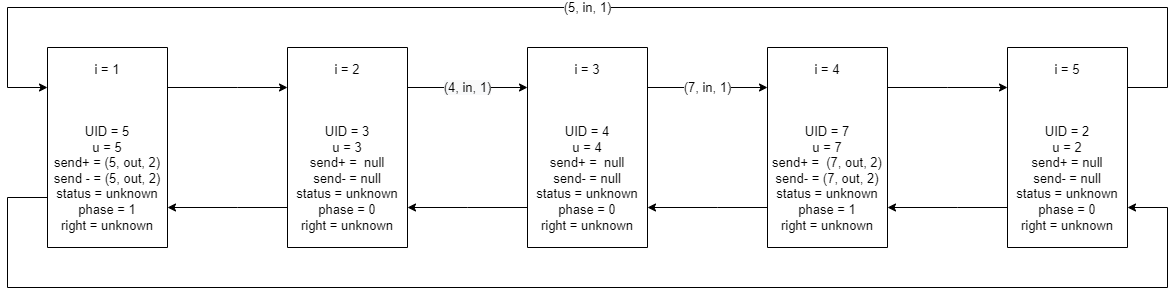
Before: tods/03-tods.drawio.png, a diagram exported from draw.io (h1tlan/tods_first_exercise). Source tidied: cells renumbered, new cells last; positions are measured from the earlier drawing's top-left corner, leaving out a move shared by most shapes.
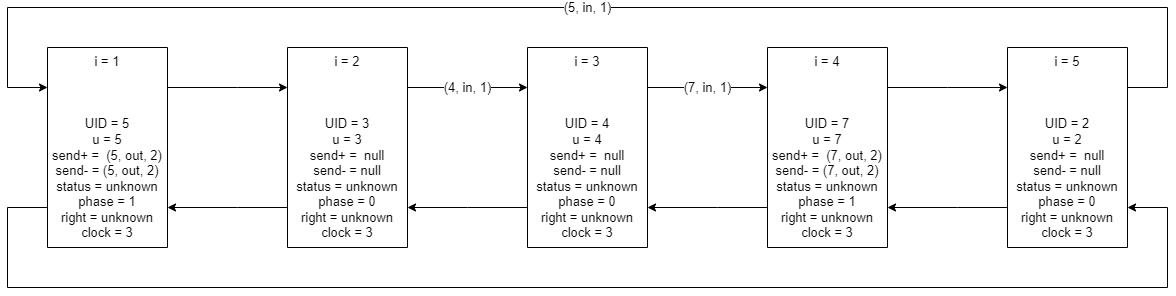
The same file after the commit.

What changed in the source:
```diff
@@ -13,14 +13,14 @@
     <mxCell id="3" style="edgeStyle=orthogonalEdgeStyle;rounded=0;jettySize=auto;html=1;labelBorderColor=none;fontSize=13;" parent="1" edge="1" source="4" target="16">
       <mxGeometry relative="1" as="geometry">
         <Array as="points">
-          <mxPoint y="190" />
+          <mxPoint y="200" />
           <mxPoint y="280" />
           <mxPoint x="1160" y="280" />
           <mxPoint x="1160" y="200" />
         </Array>
       </mxGeometry>
     </mxCell>
-    <mxCell id="4" value="i = 1&lt;br&gt;&lt;br&gt;&lt;br&gt;&lt;br&gt;UID = 5&lt;br&gt;u = 5&lt;br&gt;send+ = (5, out, 2)&lt;br&gt;send - = (5, out, 2)&lt;br&gt;status = unknown&lt;br&gt;phase = 1&lt;br&gt;right = unknown" style="rounded=0;whiteSpace=wrap;html=1;fontSize=13;direction=south;" parent="1" vertex="1">
+    <mxCell id="4" value="i = 1&lt;br&gt;&lt;br&gt;&lt;br&gt;&lt;br&gt;UID = 5&lt;br&gt;u = 5&lt;br&gt;send+ =&amp;nbsp; (5, out, 2)&lt;br&gt;send- = (5, out, 2)&lt;br&gt;status = unknown&lt;br&gt;phase = 1&lt;br&gt;right = unknown&lt;br&gt;clock = 3" style="rounded=0;whiteSpace=wrap;html=1;fontSize=13;direction=south;" parent="1" vertex="1">
       <mxGeometry x="40" y="40" width="120" height="200" as="geometry" />
     </mxCell>
     <mxCell id="5" style="edgeStyle=orthogonalEdgeStyle;rounded=0;jettySize=auto;html=1;labelBorderColor=none;fontSize=13;" parent="1" edge="1" source="7" target="4">
@@ -31,7 +31,7 @@
         </Array>
       </mxGeometry>
     </mxCell>
-    <mxCell id="6" value="&#10;&#10;&lt;span style=&quot;color: rgb(0, 0, 0); font-family: helvetica; font-size: 13px; font-style: normal; font-weight: 400; letter-spacing: normal; text-align: center; text-indent: 0px; text-transform: none; word-spacing: 0px; background-color: rgb(248, 249, 250); display: inline; float: none;&quot;&gt;(4, in, 1)&lt;/span&gt;&#10;&#10;" style="edgeStyle=orthogonalEdgeStyle;rounded=0;jettySize=auto;html=1;labelBorderColor=none;fontSize=13;" parent="1" edge="1" source="7" target="10">
+    <mxCell id="6" value="(4, in, 1)" style="edgeStyle=orthogonalEdgeStyle;rounded=0;jettySize=auto;html=1;labelBorderColor=none;fontSize=13;" parent="1" edge="1" source="7" target="10">
       <mxGeometry relative="1" as="geometry">
         <Array as="points">
           <mxPoint x="460" y="80" />
@@ -39,7 +39,7 @@
         </Array>
       </mxGeometry>
     </mxCell>
-    <mxCell id="7" value="i = 2&lt;br&gt;&lt;br&gt;&lt;br&gt;&lt;br&gt;UID = 3&lt;br&gt;u = 3&lt;br&gt;send+ =&amp;nbsp; null&lt;br&gt;send- = null&lt;br&gt;status = unknown&lt;br&gt;phase = 0&lt;br&gt;right = unknown" style="rounded=0;whiteSpace=wrap;html=1;fontSize=13;direction=south;" parent="1" vertex="1">
+    <mxCell id="7" value="i = 2&lt;br&gt;&lt;br&gt;&lt;br&gt;&lt;br&gt;UID = 3&lt;br&gt;u = 3&lt;br&gt;send+ =&amp;nbsp; null&lt;br&gt;send- = null&lt;br&gt;status = unknown&lt;br&gt;phase = 0&lt;br&gt;right = unknown&lt;br&gt;clock = 3" style="rounded=0;whiteSpace=wrap;html=1;fontSize=13;direction=south;" parent="1" vertex="1">
       <mxGeometry x="280" y="40" width="120" height="200" as="geometry" />
     </mxCell>
     <mxCell id="8" style="edgeStyle=orthogonalEdgeStyle;rounded=0;jettySize=auto;html=1;labelBorderColor=none;fontSize=13;" parent="1" edge="1" source="10" target="7">
@@ -58,7 +58,7 @@
         </Array>
       </mxGeometry>
     </mxCell>
-    <mxCell id="10" value="i = 3&lt;br&gt;&lt;br&gt;&lt;br&gt;&lt;br&gt;UID = 4&lt;br&gt;u = 4&lt;br&gt;send+ =&amp;nbsp; null&lt;br&gt;send- = null&lt;br&gt;status = unknown&lt;br&gt;phase = 0&lt;br&gt;right = unknown" style="rounded=0;whiteSpace=wrap;html=1;fontSize=13;direction=south;" parent="1" vertex="1">
+    <mxCell id="10" value="i = 3&lt;br&gt;&lt;br&gt;&lt;br&gt;&lt;br&gt;UID = 4&lt;br&gt;u = 4&lt;br&gt;send+ =&amp;nbsp; null&lt;br&gt;send- = null&lt;br&gt;status = unknown&lt;br&gt;phase = 0&lt;br&gt;right = unknown&lt;br&gt;clock = 3" style="rounded=0;whiteSpace=wrap;html=1;fontSize=13;direction=south;" parent="1" vertex="1">
       <mxGeometry x="520" y="40" width="120" height="200" as="geometry" />
     </mxCell>
     <mxCell id="11" style="edgeStyle=orthogonalEdgeStyle;rounded=0;jettySize=auto;html=1;labelBorderColor=none;fontSize=13;" parent="1" edge="1" source="13" target="10">
@@ -77,7 +77,7 @@
         </Array>
       </mxGeometry>
     </mxCell>
-    <mxCell id="13" value="i = 4&lt;br&gt;&lt;br&gt;&lt;br&gt;&lt;br&gt;UID = 7&lt;br&gt;u = 7&lt;br&gt;send+ =&amp;nbsp; (7, out, 2)&lt;br&gt;send- = (7, out, 2)&lt;br&gt;status = unknown&lt;br&gt;phase = 1&lt;br&gt;right = unknown" style="rounded=0;whiteSpace=wrap;html=1;fontSize=13;direction=south;" parent="1" vertex="1">
+    <mxCell id="13" value="i = 4&lt;br&gt;&lt;br&gt;&lt;br&gt;&lt;br&gt;UID = 7&lt;br&gt;u = 7&lt;br&gt;send+ =&amp;nbsp; (7, out, 2)&lt;br&gt;send- = (7, out, 2)&lt;br&gt;status = unknown&lt;br&gt;phase = 1&lt;br&gt;right = unknown&lt;br&gt;clock = 3" style="rounded=0;whiteSpace=wrap;html=1;fontSize=13;direction=south;" parent="1" vertex="1">
       <mxGeometry x="760" y="40" width="120" height="200" as="geometry" />
     </mxCell>
     <mxCell id="14" style="edgeStyle=orthogonalEdgeStyle;rounded=0;jettySize=auto;html=1;labelBorderColor=none;fontSize=13;" parent="1" edge="1" source="16" target="13">
@@ -98,7 +98,7 @@
         </Array>
       </mxGeometry>
     </mxCell>
-    <mxCell id="16" value="i = 5&lt;br&gt;&lt;br&gt;&lt;br&gt;&lt;br&gt;UID = 2&lt;br&gt;u = 2&lt;br&gt;send+ = null&lt;br&gt;send- = null&lt;br&gt;status = unknown&lt;br&gt;phase = 0&lt;br&gt;right = unknown" style="rounded=0;whiteSpace=wrap;html=1;fontSize=13;direction=south;" parent="1" vertex="1">
+    <mxCell id="16" value="i = 5&lt;br&gt;&lt;br&gt;&lt;br&gt;&lt;br&gt;UID = 2&lt;br&gt;u = 2&lt;br&gt;send+ =&amp;nbsp; null&lt;br&gt;send- = null&lt;br&gt;status = unknown&lt;br&gt;phase = 0&lt;br&gt;right = unknown&lt;br&gt;clock = 3" style="rounded=0;whiteSpace=wrap;html=1;fontSize=13;direction=south;" parent="1" vertex="1">
       <mxGeometry x="1000" y="40" width="120" height="200" as="geometry" />
     </mxCell>
   </root>
```
